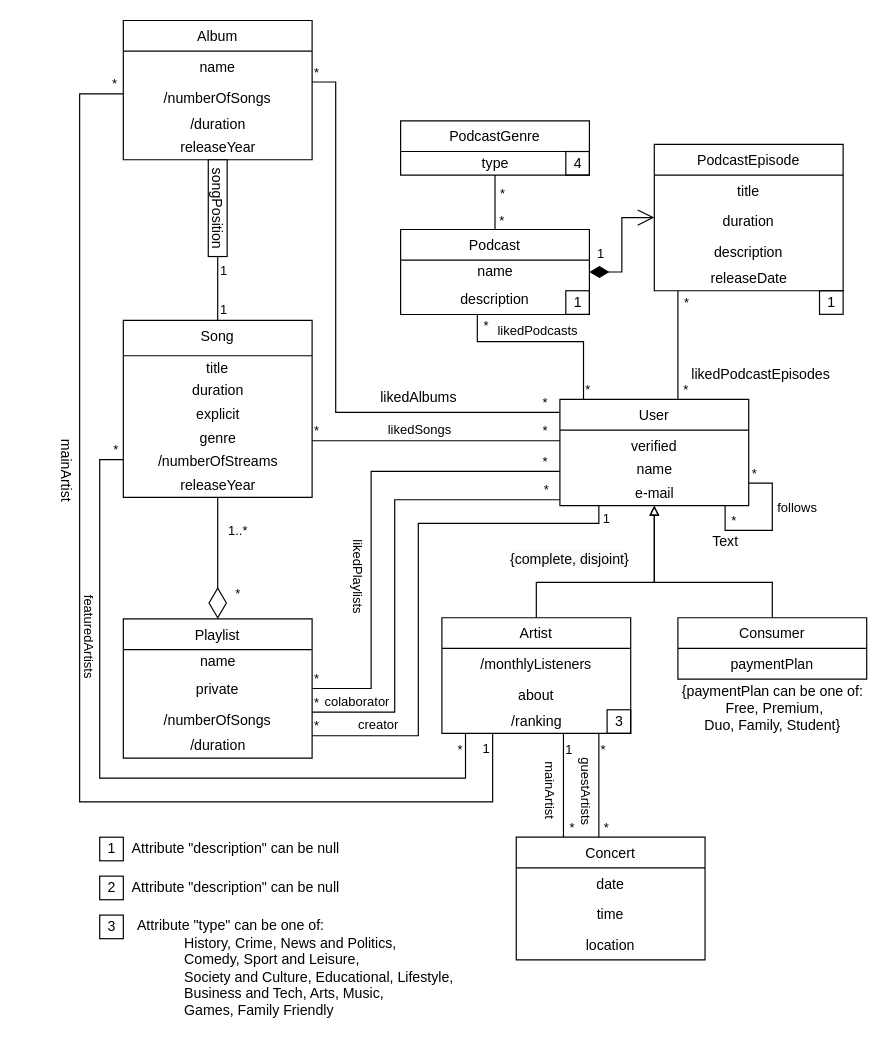
Above: page "Page-2" (2 of 2) of 1-delivery/Spotify-class-diag.drawio in Naapperas/feup-bd (draw.io), before the change. Source tidied: cells renumbered, new cells numbered last; positions are measured from the earlier drawing's top-left corner, leaving out a move shared by most shapes. Both pictures are drawn from the tidied source at 118%, with x=0, y=0 at pixel (20, 20).
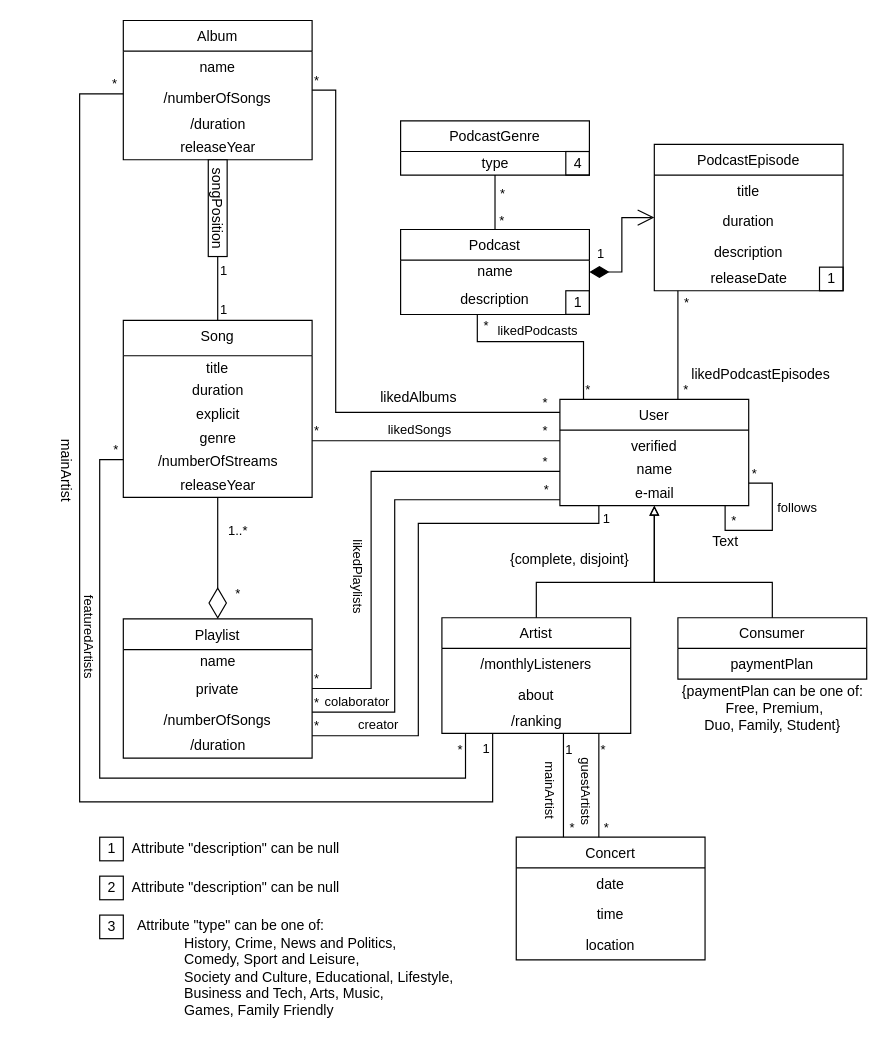
The same diagram, later.

The change refers to these unchanged cells:
```xml
<mxCell id="9" value="Album" style="swimlane;fontStyle=0;horizontal=1;startSize=26;fillColor=none;align=center;" parent="1" vertex="1">
  <mxGeometry x="87" y="-0.1" width="160" height="118" as="geometry" />
</mxCell>
<mxCell id="14" value="User" style="swimlane;fontStyle=0;horizontal=1;startSize=26;fillColor=none;align=center;" parent="1" vertex="1">
  <mxGeometry x="457" y="321" width="160" height="90" as="geometry" />
</mxCell>
<mxCell id="23" style="edgeStyle=orthogonalEdgeStyle;rounded=0;jettySize=auto;html=1;endArrow=block;endFill=0;" parent="1" edge="1" source="25" target="14">
  <mxGeometry relative="1" as="geometry">
    <Array as="points">
      <mxPoint x="637" y="476" />
      <mxPoint x="537" y="476" />
    </Array>
  </mxGeometry>
</mxCell>
```

Diff of the diagram source:
```diff
@@
-    <mxCell id="24" value="&lt;span style=&quot;font-size: 12px ; background-color: rgb(248 , 249 , 250)&quot;&gt;{complete, disjoint}&lt;/span&gt;" style="edgeLabel;html=1;align=center;verticalAlign=middle;" parent="23" vertex="1">
+    <mxCell id="24" value="&lt;span style=&quot;font-size: 12px;&quot;&gt;{complete, disjoint}&lt;/span&gt;" style="edgeLabel;html=1;align=center;verticalAlign=middle;labelBackgroundColor=none;" parent="23" vertex="1">
       <mxGeometry relative="1" as="geometry">
         <mxPoint x="-105" y="-20" as="offset" />
       </mxGeometry>
     </mxCell>
@@
     <mxCell id="62" value="1" style="text;html=1;align=center;verticalAlign=middle;strokeColor=default;fillColor=none;" parent="1" vertex="1">
-      <mxGeometry x="677" y="228.9" width="20" height="20" as="geometry" />
+      <mxGeometry x="677" y="208.9" width="20" height="20" as="geometry" />
     </mxCell>
@@
     <mxCell id="89" style="endArrow=none;html=1;edgeStyle=orthogonalEdgeStyle;rounded=0;" parent="1" edge="1" source="9" target="14">
       <mxGeometry relative="1" as="geometry">
         <Array as="points">
-          <mxPoint x="267" y="52" />
+          <mxPoint x="267" y="59" />
           <mxPoint x="267" y="332" />
         </Array>
       </mxGeometry>
     </mxCell>
@@
-    <mxCell id="100" value="3" style="text;html=1;align=center;verticalAlign=middle;strokeColor=default;fillColor=none;" parent="1" vertex="1">
-      <mxGeometry x="497" y="584" width="20" height="20" as="geometry" />
-    </mxCell>
```
